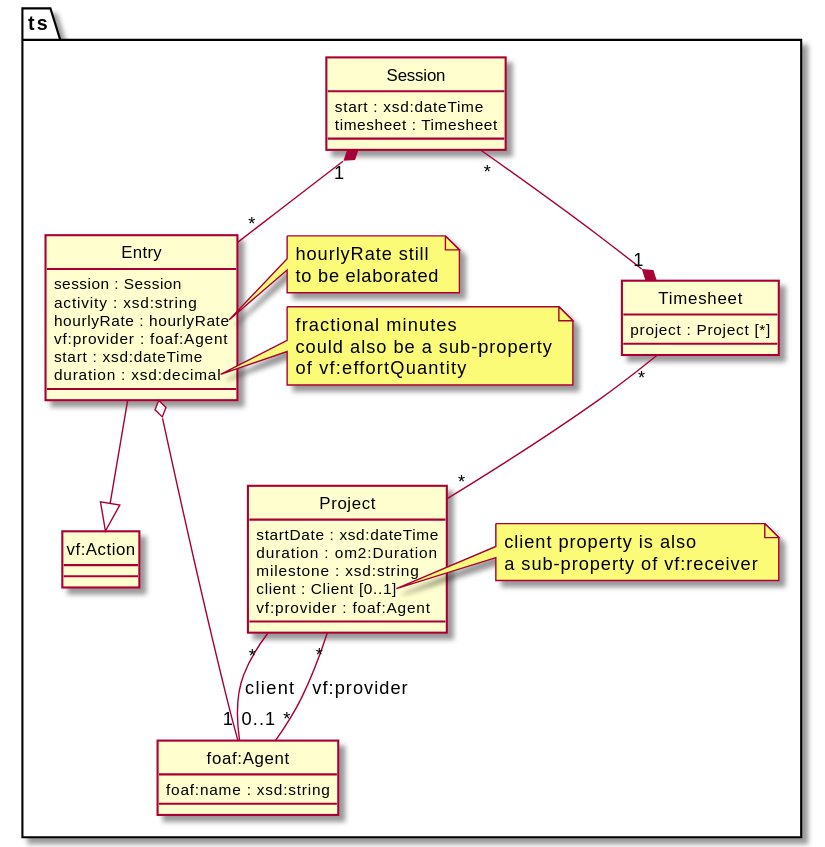
The PlantUML diagram architecture/data-model/img/class-data-model.svg in m-ld/timeld, before a commit.
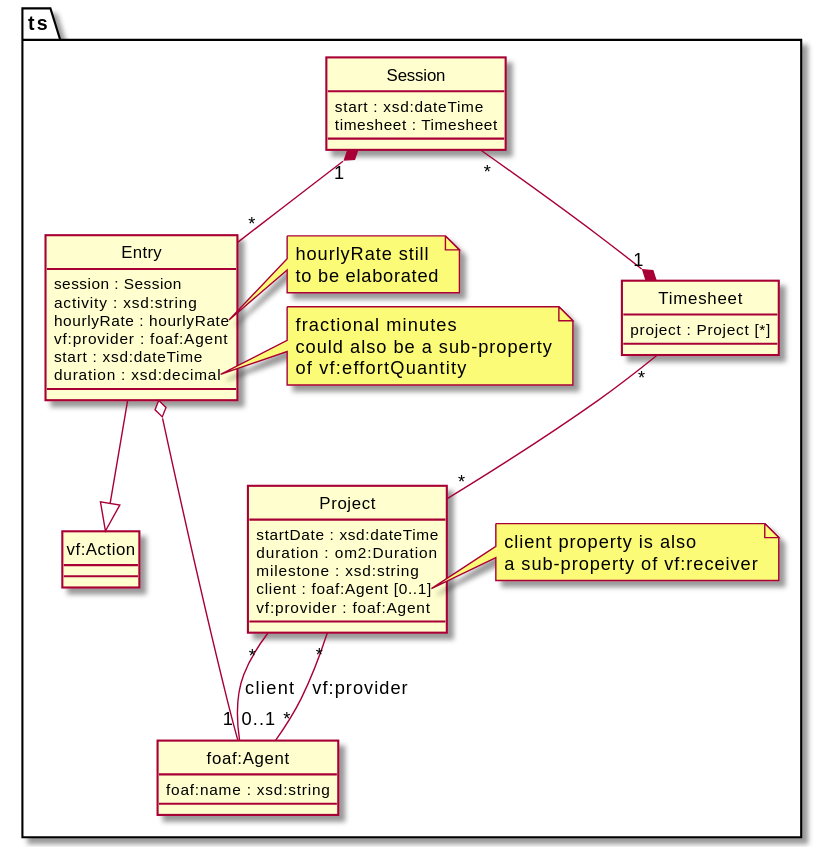
Above is the later version.

The edit, as a diff of the source:
```diff
@@ -44,7 +44,7 @@
         startDate : xsd:dateTime
         duration : om2:Duration
         milestone : xsd:string
-        client : Client [0..1]
+        client : foaf:Agent [0..1]
         vf:provider : foaf:Agent
     }
 
```
